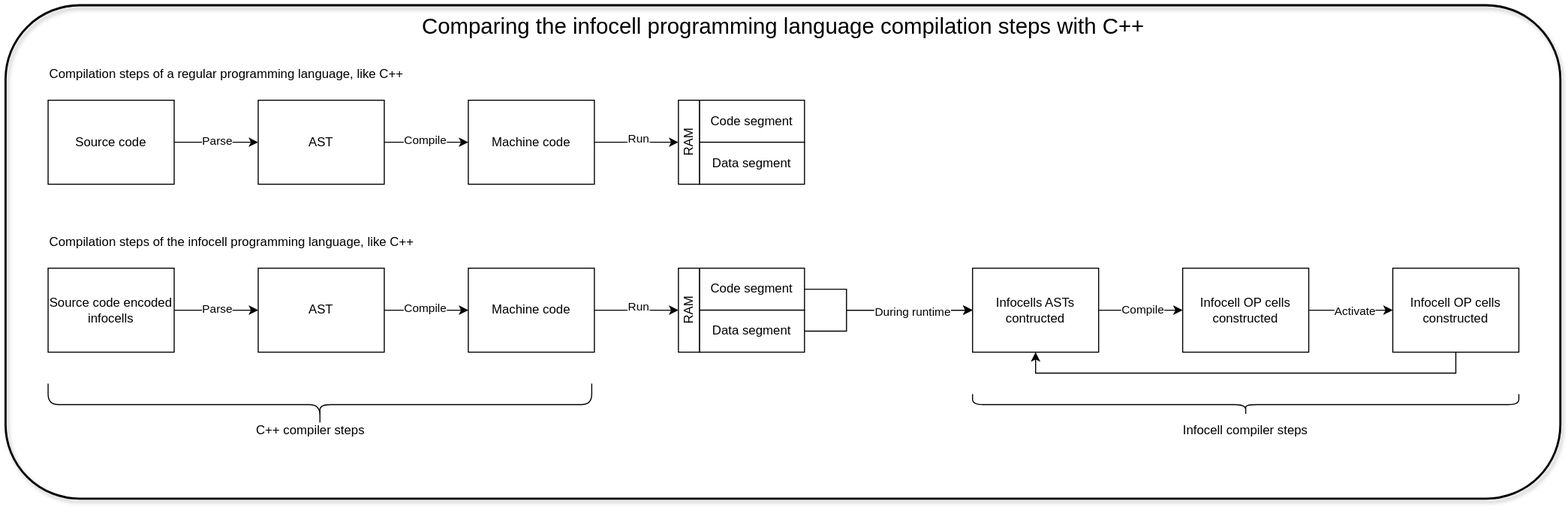
This is doc/diagrams/InfoCellsCompilationSteps.svg from hun-nemethpeter/InfoCell, a draw.io export, as it was before one commit. Source tidied: cells renumbered, new cells last; positions are measured from the earlier drawing's top-left corner, leaving out a move shared by most shapes.
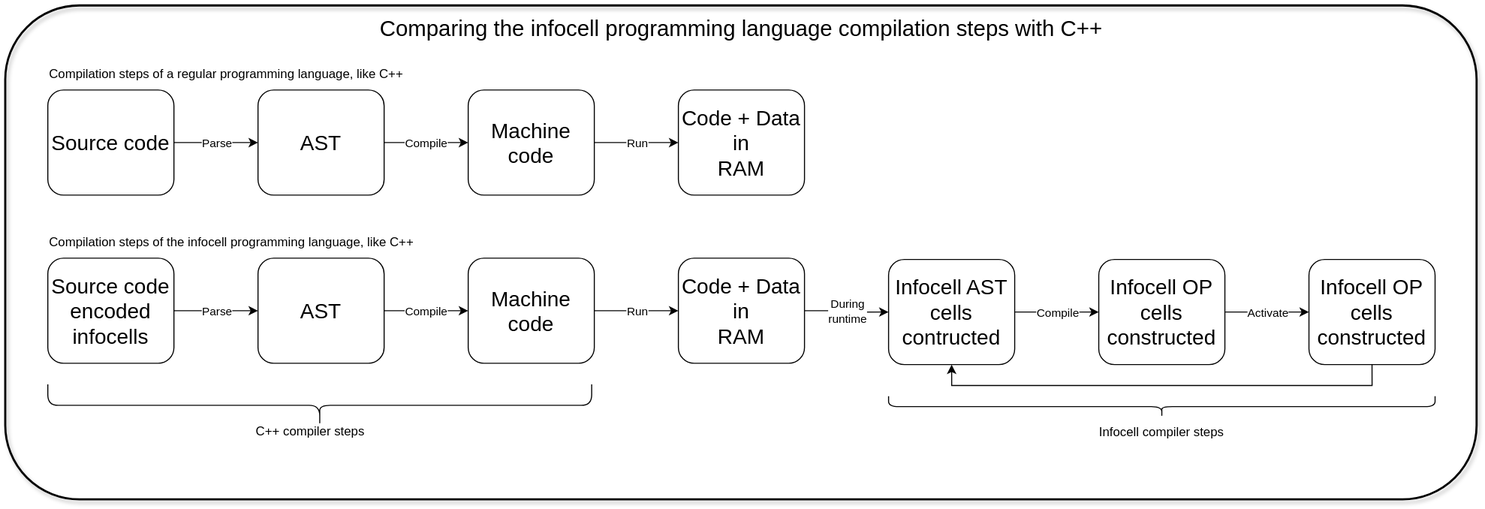
Later version of the same file.

Diff of the diagram source:
```diff
@@ -2,144 +2,132 @@
   <root>
     <mxCell id="0" />
     <mxCell id="1" parent="0" />
-    <mxCell id="2" style="edgeStyle=orthogonalEdgeStyle;rounded=0;jettySize=auto;html=1;exitX=1;exitY=0.5;exitDx=0;exitDy=0;entryX=0;entryY=0.5;entryDx=0;entryDy=0;" parent="1" edge="1" source="4" target="7">
+    <mxCell id="2" style="edgeStyle=orthogonalEdgeStyle;rounded=0;jettySize=auto;html=1;exitX=1;exitY=0.5;exitDx=0;exitDy=0;entryX=0;entryY=0.5;entryDx=0;entryDy=0;sourcePerimeterSpacing=0;targetPerimeterSpacing=0;" parent="1" edge="1" source="4" target="7">
       <mxGeometry relative="1" as="geometry" />
     </mxCell>
-    <mxCell id="3" value="Parse" style="edgeLabel;html=1;align=center;verticalAlign=middle;" parent="2" vertex="1">
-      <mxGeometry y="2" relative="1" as="geometry" />
+    <mxCell id="3" value="Parse" style="edgeLabel;html=1;align=center;verticalAlign=middle;spacingTop=0;spacingLeft=0;spacing=2;" parent="2" vertex="1">
+      <mxGeometry y="2" relative="1" as="geometry">
+        <mxPoint y="2" as="offset" />
+      </mxGeometry>
     </mxCell>
-    <mxCell id="4" value="Source code" style="rounded=0;whiteSpace=wrap;html=1;" parent="1" vertex="1">
-      <mxGeometry x="40" y="90" width="120" height="80" as="geometry" />
+    <mxCell id="4" value="Source code" style="rounded=1;whiteSpace=wrap;html=1;fontSize=20;" parent="1" vertex="1">
+      <mxGeometry x="40" y="80" width="120" height="100" as="geometry" />
     </mxCell>
     <mxCell id="5" style="edgeStyle=orthogonalEdgeStyle;rounded=0;jettySize=auto;html=1;exitX=1;exitY=0.5;exitDx=0;exitDy=0;entryX=0;entryY=0.5;entryDx=0;entryDy=0;" parent="1" edge="1" source="7" target="10">
       <mxGeometry relative="1" as="geometry" />
     </mxCell>
     <mxCell id="6" value="Compile" style="edgeLabel;html=1;align=center;verticalAlign=middle;" parent="5" vertex="1">
-      <mxGeometry x="-0.05" y="3" relative="1" as="geometry" />
+      <mxGeometry x="-0.05" y="3" relative="1" as="geometry">
+        <mxPoint x="2" y="3" as="offset" />
+      </mxGeometry>
     </mxCell>
-    <mxCell id="7" value="AST" style="rounded=0;whiteSpace=wrap;html=1;" parent="1" vertex="1">
-      <mxGeometry x="240" y="90" width="120" height="80" as="geometry" />
+    <mxCell id="7" value="AST" style="rounded=1;whiteSpace=wrap;html=1;strokeColor=default;align=center;verticalAlign=middle;fontFamily=Helvetica;fontSize=20;fontColor=default;fillColor=default;" parent="1" vertex="1">
+      <mxGeometry x="240" y="80" width="120" height="100" as="geometry" />
     </mxCell>
-    <mxCell id="8" style="edgeStyle=orthogonalEdgeStyle;rounded=0;jettySize=auto;html=1;exitX=1;exitY=0.5;exitDx=0;exitDy=0;entryX=0.5;entryY=0;entryDx=0;entryDy=0;" parent="1" edge="1" source="10" target="15">
+    <mxCell id="8" style="edgeStyle=orthogonalEdgeStyle;rounded=0;jettySize=auto;html=1;exitX=1;exitY=0.5;exitDx=0;exitDy=0;entryX=0;entryY=0.5;entryDx=0;entryDy=0;" parent="1" edge="1" source="10" target="35">
       <mxGeometry relative="1" as="geometry" />
     </mxCell>
     <mxCell id="9" value="Run" style="edgeLabel;html=1;align=center;verticalAlign=middle;" parent="8" vertex="1">
-      <mxGeometry x="0.03" y="4" relative="1" as="geometry" />
+      <mxGeometry x="0.03" y="4" relative="1" as="geometry">
+        <mxPoint x="-1" y="4" as="offset" />
+      </mxGeometry>
     </mxCell>
-    <mxCell id="10" value="Machine code" style="rounded=0;whiteSpace=wrap;html=1;" parent="1" vertex="1">
-      <mxGeometry x="440" y="90" width="120" height="80" as="geometry" />
+    <mxCell id="10" value="Machine code" style="rounded=1;whiteSpace=wrap;html=1;strokeColor=default;align=center;verticalAlign=middle;fontFamily=Helvetica;fontSize=20;fontColor=default;fillColor=default;" parent="1" vertex="1">
+      <mxGeometry x="440" y="80" width="120" height="100" as="geometry" />
     </mxCell>
-    <mxCell id="11" style="edgeStyle=orthogonalEdgeStyle;rounded=0;jettySize=auto;html=1;exitX=1;exitY=0.5;exitDx=0;exitDy=0;entryX=0;entryY=0.5;entryDx=0;entryDy=0;" parent="1" edge="1" source="12" target="19">
+    <mxCell id="11" style="edgeStyle=orthogonalEdgeStyle;rounded=0;jettySize=auto;html=1;exitX=1;exitY=0.5;exitDx=0;exitDy=0;entryX=0;entryY=0.5;entryDx=0;entryDy=0;" parent="1" edge="1" source="12" target="16">
       <mxGeometry relative="1" as="geometry" />
     </mxCell>
-    <mxCell id="12" value="Source code encoded infocells" style="rounded=0;whiteSpace=wrap;html=1;" parent="1" vertex="1">
-      <mxGeometry x="40" y="250" width="120" height="80" as="geometry" />
+    <mxCell id="12" value="Source code encoded infocells" style="rounded=1;whiteSpace=wrap;html=1;strokeColor=default;align=center;verticalAlign=middle;fontFamily=Helvetica;fontSize=20;fontColor=default;fillColor=default;" parent="1" vertex="1">
+      <mxGeometry x="40" y="240" width="120" height="100" as="geometry" />
     </mxCell>
-    <mxCell id="13" value="Code segment" style="rounded=0;whiteSpace=wrap;html=1;" parent="1" vertex="1">
-      <mxGeometry x="660" y="90" width="100" height="40" as="geometry" />
+    <mxCell id="13" value="Parse" style="edgeLabel;html=1;align=center;verticalAlign=middle;" parent="1" vertex="1">
+      <mxGeometry x="200" y="290" as="geometry" />
     </mxCell>
-    <mxCell id="14" value="Data segment" style="rounded=0;whiteSpace=wrap;html=1;" parent="1" vertex="1">
-      <mxGeometry x="660" y="130" width="100" height="40" as="geometry" />
+    <mxCell id="14" style="edgeStyle=orthogonalEdgeStyle;rounded=0;jettySize=auto;html=1;exitX=1;exitY=0.5;exitDx=0;exitDy=0;entryX=0;entryY=0.5;entryDx=0;entryDy=0;" parent="1" edge="1" source="16" target="19">
+      <mxGeometry relative="1" as="geometry" />
     </mxCell>
-    <mxCell id="15" value="RAM" style="rounded=0;whiteSpace=wrap;html=1;rotation=-90;" parent="1" vertex="1">
-      <mxGeometry x="610" y="120" width="80" height="20" as="geometry" />
+    <mxCell id="15" value="Compile" style="edgeLabel;html=1;align=center;verticalAlign=middle;points=[];" parent="14" vertex="1">
+      <mxGeometry x="-0.05" y="3" relative="1" as="geometry">
+        <mxPoint x="2" y="3" as="offset" />
+      </mxGeometry>
     </mxCell>
-    <mxCell id="16" value="Parse" style="edgeLabel;html=1;align=center;verticalAlign=middle;points=[];" parent="1" vertex="1">
-      <mxGeometry x="200" y="288" as="geometry" />
+    <mxCell id="16" value="AST" style="rounded=1;whiteSpace=wrap;html=1;strokeColor=default;align=center;verticalAlign=middle;fontFamily=Helvetica;fontSize=20;fontColor=default;fillColor=default;" parent="1" vertex="1">
+      <mxGeometry x="240" y="240" width="120" height="100" as="geometry" />
     </mxCell>
-    <mxCell id="17" style="edgeStyle=orthogonalEdgeStyle;rounded=0;jettySize=auto;html=1;exitX=1;exitY=0.5;exitDx=0;exitDy=0;entryX=0;entryY=0.5;entryDx=0;entryDy=0;" parent="1" edge="1" source="19" target="22">
+    <mxCell id="17" style="edgeStyle=orthogonalEdgeStyle;rounded=0;jettySize=auto;html=1;exitX=1;exitY=0.5;exitDx=0;exitDy=0;entryX=0;entryY=0.5;entryDx=0;entryDy=0;" parent="1" edge="1" source="19" target="38">
       <mxGeometry relative="1" as="geometry" />
     </mxCell>
-    <mxCell id="18" value="Compile" style="edgeLabel;html=1;align=center;verticalAlign=middle;" parent="17" vertex="1">
-      <mxGeometry x="-0.05" y="3" relative="1" as="geometry" />
+    <mxCell id="18" value="Run" style="edgeLabel;html=1;align=center;verticalAlign=middle;" parent="17" vertex="1">
+      <mxGeometry x="0.03" y="4" relative="1" as="geometry">
+        <mxPoint x="-1" y="4" as="offset" />
+      </mxGeometry>
     </mxCell>
-    <mxCell id="19" value="AST" style="rounded=0;whiteSpace=wrap;html=1;" parent="1" vertex="1">
-      <mxGeometry x="240" y="250" width="120" height="80" as="geometry" />
+    <mxCell id="19" value="Machine code" style="rounded=1;whiteSpace=wrap;html=1;strokeColor=default;align=center;verticalAlign=middle;fontFamily=Helvetica;fontSize=20;fontColor=default;fillColor=default;" parent="1" vertex="1">
+      <mxGeometry x="440" y="240" width="120" height="100" as="geometry" />
     </mxCell>
-    <mxCell id="20" style="edgeStyle=orthogonalEdgeStyle;rounded=0;jettySize=auto;html=1;exitX=1;exitY=0.5;exitDx=0;exitDy=0;entryX=0.5;entryY=0;entryDx=0;entryDy=0;" parent="1" edge="1" source="22" target="28">
+    <mxCell id="20" style="edgeStyle=orthogonalEdgeStyle;rounded=0;jettySize=auto;html=1;exitX=1;exitY=0.5;exitDx=0;exitDy=0;entryX=0;entryY=0.5;entryDx=0;entryDy=0;" parent="1" edge="1" source="22" target="25">
       <mxGeometry relative="1" as="geometry" />
     </mxCell>
-    <mxCell id="21" value="Run" style="edgeLabel;html=1;align=center;verticalAlign=middle;" parent="20" vertex="1">
-      <mxGeometry x="0.03" y="4" relative="1" as="geometry" />
+    <mxCell id="21" value="Compile" style="edgeLabel;html=1;align=center;verticalAlign=middle;" parent="20" vertex="1">
+      <mxGeometry x="0.03" y="1" relative="1" as="geometry">
+        <mxPoint x="-1" y="1" as="offset" />
+      </mxGeometry>
     </mxCell>
-    <mxCell id="22" value="Machine code" style="rounded=0;whiteSpace=wrap;html=1;" parent="1" vertex="1">
-      <mxGeometry x="440" y="250" width="120" height="80" as="geometry" />
+    <mxCell id="22" value="Infocell AST cells contructed" style="rounded=1;whiteSpace=wrap;html=1;strokeColor=default;align=center;verticalAlign=middle;fontFamily=Helvetica;fontSize=20;fontColor=default;fillColor=default;" parent="1" vertex="1">
+      <mxGeometry x="840" y="241.2" width="120" height="100" as="geometry" />
     </mxCell>
-    <mxCell id="23" style="edgeStyle=orthogonalEdgeStyle;rounded=0;jettySize=auto;html=1;exitX=1;exitY=0.5;exitDx=0;exitDy=0;entryX=0;entryY=0.5;entryDx=0;entryDy=0;" parent="1" edge="1" source="24" target="32">
-      <mxGeometry relative="1" as="geometry">
-        <Array as="points">
-          <mxPoint x="800" y="270" />
-          <mxPoint x="800" y="290" />
-        </Array>
-      </mxGeometry>
+    <mxCell id="23" style="edgeStyle=orthogonalEdgeStyle;rounded=0;jettySize=auto;html=1;exitX=1;exitY=0.5;exitDx=0;exitDy=0;entryX=0;entryY=0.5;entryDx=0;entryDy=0;" parent="1" edge="1" source="25" target="27">
+      <mxGeometry relative="1" as="geometry" />
     </mxCell>
-    <mxCell id="24" value="Code segment" style="rounded=0;whiteSpace=wrap;html=1;" parent="1" vertex="1">
-      <mxGeometry x="660" y="250" width="100" height="40" as="geometry" />
+    <mxCell id="24" value="Activate" style="edgeLabel;html=1;align=center;verticalAlign=middle;points=[];" parent="23" vertex="1">
+      <mxGeometry x="0.07" relative="1" as="geometry">
+        <mxPoint x="-3" as="offset" />
+      </mxGeometry>
     </mxCell>
-    <mxCell id="25" style="edgeStyle=orthogonalEdgeStyle;rounded=0;jettySize=auto;html=1;exitX=1;exitY=0.5;exitDx=0;exitDy=0;entryX=0;entryY=0.5;entryDx=0;entryDy=0;" parent="1" edge="1" source="27" target="32">
-      <mxGeometry relative="1" as="geometry">
-        <Array as="points">
-          <mxPoint x="800" y="310" />
-          <mxPoint x="800" y="290" />
-        </Array>
-      </mxGeometry>
+    <mxCell id="25" value="Infocell OP cells constructed" style="rounded=1;whiteSpace=wrap;html=1;strokeColor=default;align=center;verticalAlign=middle;fontFamily=Helvetica;fontSize=20;fontColor=default;fillColor=default;" parent="1" vertex="1">
+      <mxGeometry x="1040" y="241.2" width="120" height="100" as="geometry" />
     </mxCell>
-    <mxCell id="26" value="During runtime" style="edgeLabel;html=1;align=center;verticalAlign=middle;" parent="25" vertex="1">
-      <mxGeometry x="0.36" y="-1" relative="1" as="geometry" />
+    <mxCell id="26" style="edgeStyle=orthogonalEdgeStyle;rounded=0;jettySize=auto;html=1;exitX=0.5;exitY=1;exitDx=0;exitDy=0;entryX=0.5;entryY=1;entryDx=0;entryDy=0;" parent="1" edge="1" source="27" target="22">
+      <mxGeometry relative="1" as="geometry" />
     </mxCell>
-    <mxCell id="27" value="Data segment" style="rounded=0;whiteSpace=wrap;html=1;" parent="1" vertex="1">
-      <mxGeometry x="660" y="290" width="100" height="40" as="geometry" />
+    <mxCell id="27" value="Infocell OP cells constructed" style="rounded=1;whiteSpace=wrap;html=1;strokeColor=default;align=center;verticalAlign=middle;fontFamily=Helvetica;fontSize=20;fontColor=default;fillColor=default;" parent="1" vertex="1">
+      <mxGeometry x="1240" y="241.2" width="120" height="100" as="geometry" />
     </mxCell>
-    <mxCell id="28" value="RAM" style="rounded=0;whiteSpace=wrap;html=1;rotation=-90;" parent="1" vertex="1">
-      <mxGeometry x="610" y="280" width="80" height="20" as="geometry" />
+    <mxCell id="28" value="&lt;font style=&quot;font-size: 21px;&quot;&gt;Comparing the infocell programming language compilation steps with C++&lt;/font&gt;" style="rounded=1;whiteSpace=wrap;html=1;verticalAlign=top;fillColor=none;strokeWidth=2;shadow=1;textShadow=0;spacingTop=2;" parent="1" vertex="1">
+      <mxGeometry width="1400" height="470" as="geometry" />
     </mxCell>
-    <mxCell id="29" style="rounded=0;whiteSpace=wrap;html=1;" parent="1" vertex="1">
-      <mxGeometry x="760" y="250" height="80" as="geometry" />
+    <mxCell id="29" value="Compilation steps of a regular programming language, like C++" style="rounded=0;whiteSpace=wrap;html=1;fillColor=none;strokeColor=none;" parent="1" vertex="1">
+      <mxGeometry x="40" y="50" width="340" height="30" as="geometry" />
     </mxCell>
-    <mxCell id="30" style="edgeStyle=orthogonalEdgeStyle;rounded=0;jettySize=auto;html=1;exitX=1;exitY=0.5;exitDx=0;exitDy=0;entryX=0;entryY=0.5;entryDx=0;entryDy=0;" parent="1" edge="1" source="32" target="35">
-      <mxGeometry relative="1" as="geometry" />
+    <mxCell id="30" value="Compilation steps of the infocell programming language, like C++" style="rounded=0;whiteSpace=wrap;html=1;fillColor=none;strokeColor=none;" parent="1" vertex="1">
+      <mxGeometry x="40" y="210" width="350" height="30" as="geometry" />
     </mxCell>
-    <mxCell id="31" value="Compile" style="edgeLabel;html=1;align=center;verticalAlign=middle;" parent="30" vertex="1">
-      <mxGeometry x="0.03" y="1" relative="1" as="geometry" />
+    <mxCell id="31" style="shape=curlyBracket;whiteSpace=wrap;html=1;rounded=1;labelPosition=left;verticalLabelPosition=middle;align=right;verticalAlign=middle;rotation=-90;" parent="1" vertex="1">
+      <mxGeometry x="278.8" y="121.2" width="40" height="517.5" as="geometry" />
     </mxCell>
-    <mxCell id="32" value="Infocells ASTs contructed" style="rounded=0;whiteSpace=wrap;html=1;" parent="1" vertex="1">
-      <mxGeometry x="920" y="250" width="120" height="80" as="geometry" />
+    <mxCell id="32" value="C++ compiler steps" style="rounded=0;whiteSpace=wrap;html=1;fillColor=none;strokeColor=none;" parent="1" vertex="1">
+      <mxGeometry x="120" y="390" width="340" height="30" as="geometry" />
     </mxCell>
-    <mxCell id="33" style="edgeStyle=orthogonalEdgeStyle;rounded=0;jettySize=auto;html=1;exitX=1;exitY=0.5;exitDx=0;exitDy=0;entryX=0;entryY=0.5;entryDx=0;entryDy=0;" parent="1" edge="1" source="35" target="37">
-      <mxGeometry relative="1" as="geometry" />
+    <mxCell id="33" style="shape=curlyBracket;whiteSpace=wrap;html=1;rounded=1;labelPosition=left;verticalLabelPosition=middle;align=right;verticalAlign=middle;rotation=-90;" parent="1" vertex="1">
+      <mxGeometry x="1090" y="121.2" width="20" height="520" as="geometry" />
     </mxCell>
-    <mxCell id="34" value="Activate" style="edgeLabel;html=1;align=center;verticalAlign=middle;" parent="33" vertex="1">
-      <mxGeometry x="0.07" relative="1" as="geometry" />
+    <mxCell id="34" value="Infocell compiler steps" style="rounded=0;whiteSpace=wrap;html=1;fillColor=none;strokeColor=none;" parent="1" vertex="1">
+      <mxGeometry x="930" y="391.2" width="340" height="30" as="geometry" />
     </mxCell>
-    <mxCell id="35" value="Infocell OP cells constructed" style="rounded=0;whiteSpace=wrap;html=1;" parent="1" vertex="1">
-      <mxGeometry x="1120" y="250" width="120" height="80" as="geometry" />
+    <mxCell id="35" value="Code + Data in&lt;br&gt;RAM" style="rounded=1;whiteSpace=wrap;html=1;strokeColor=default;align=center;verticalAlign=middle;fontFamily=Helvetica;fontSize=20;fontColor=default;fillColor=default;" parent="1" vertex="1">
+      <mxGeometry x="640" y="80" width="120" height="100" as="geometry" />
     </mxCell>
-    <mxCell id="36" style="edgeStyle=orthogonalEdgeStyle;rounded=0;jettySize=auto;html=1;exitX=0.5;exitY=1;exitDx=0;exitDy=0;entryX=0.5;entryY=1;entryDx=0;entryDy=0;" parent="1" edge="1" source="37" target="32">
+    <mxCell id="36" style="edgeStyle=orthogonalEdgeStyle;rounded=0;jettySize=auto;html=1;exitX=1;exitY=0.5;exitDx=0;exitDy=0;entryX=0;entryY=0.5;entryDx=0;entryDy=0;" parent="1" edge="1" source="38" target="22">
       <mxGeometry relative="1" as="geometry" />
     </mxCell>
-    <mxCell id="37" value="Infocell OP cells constructed" style="rounded=0;whiteSpace=wrap;html=1;" parent="1" vertex="1">
-      <mxGeometry x="1320" y="250" width="120" height="80" as="geometry" />
+    <mxCell id="37" value="During&lt;br&gt;runtime" style="edgeLabel;html=1;align=center;verticalAlign=middle;points=[];" parent="36" vertex="1">
+      <mxGeometry x="-0.27" relative="1" as="geometry">
+        <mxPoint x="11" as="offset" />
+      </mxGeometry>
     </mxCell>
-    <mxCell id="38" value="&lt;font style=&quot;font-size: 21px;&quot;&gt;Comparing the infocell programming language compilation steps with C++&lt;/font&gt;" style="rounded=1;whiteSpace=wrap;html=1;verticalAlign=top;fillColor=none;strokeWidth=2;shadow=1;textShadow=0;" parent="1" vertex="1">
-      <mxGeometry width="1480" height="470" as="geometry" />
+    <mxCell id="38" value="Code + Data in&lt;br&gt;RAM" style="rounded=1;whiteSpace=wrap;html=1;strokeColor=default;align=center;verticalAlign=middle;fontFamily=Helvetica;fontSize=20;fontColor=default;fillColor=default;" parent="1" vertex="1">
+      <mxGeometry x="640" y="240" width="120" height="100" as="geometry" />
     </mxCell>
-    <mxCell id="39" value="Compilation steps of a regular programming language, like C++" style="rounded=0;whiteSpace=wrap;html=1;fillColor=none;strokeColor=none;" parent="1" vertex="1">
-      <mxGeometry x="40" y="50" width="340" height="30" as="geometry" />
-    </mxCell>
-    <mxCell id="40" value="Compilation steps of the infocell programming language, like C++" style="rounded=0;whiteSpace=wrap;html=1;fillColor=none;strokeColor=none;" parent="1" vertex="1">
-      <mxGeometry x="40" y="210" width="350" height="30" as="geometry" />
-    </mxCell>
-    <mxCell id="41" style="shape=curlyBracket;whiteSpace=wrap;html=1;rounded=1;labelPosition=left;verticalLabelPosition=middle;align=right;verticalAlign=middle;rotation=-90;" parent="1" vertex="1">
-      <mxGeometry x="278.8" y="121.2" width="40" height="517.5" as="geometry" />
-    </mxCell>
-    <mxCell id="42" value="C++ compiler steps" style="rounded=0;whiteSpace=wrap;html=1;fillColor=none;strokeColor=none;" parent="1" vertex="1">
-      <mxGeometry x="120" y="390" width="340" height="30" as="geometry" />
-    </mxCell>
-    <mxCell id="43" style="shape=curlyBracket;whiteSpace=wrap;html=1;rounded=1;labelPosition=left;verticalLabelPosition=middle;align=right;verticalAlign=middle;rotation=-90;" parent="1" vertex="1">
-      <mxGeometry x="1170" y="120" width="20" height="520" as="geometry" />
-    </mxCell>
-    <mxCell id="44" value="Infocell compiler steps" style="rounded=0;whiteSpace=wrap;html=1;fillColor=none;strokeColor=none;" parent="1" vertex="1">
-      <mxGeometry x="1010" y="390" width="340" height="30" as="geometry" />
-    </mxCell>
   </root>
 </mxGraphModel>
```
